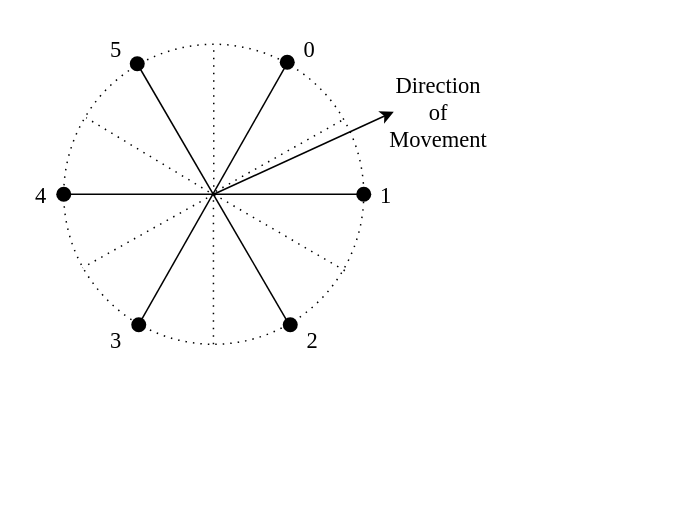
Before: page "Sextants" (4 of 16) of figs/Diagrams.drawio in EpEpDragon/MThesis, a draw.io diagram. Source tidied: cells renumbered, new cells numbered last; positions are measured from the earlier drawing's top-left corner, leaving out a move shared by most shapes. Both pictures are drawn from the tidied source at 150%, with x=0, y=0 at pixel (26, 26).
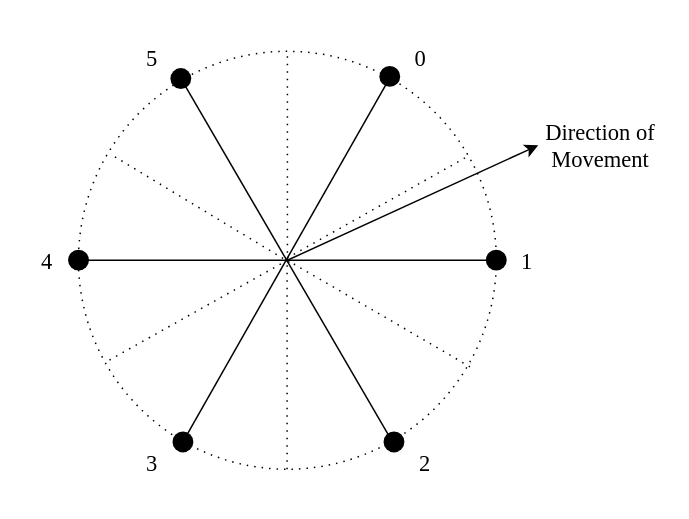
Above is the later version.

What changed in the source:
```diff
@@
+    <mxCell id="26" style="group;" parent="1" vertex="1">
+      <mxGeometry width="424.8" height="312" as="geometry" />
+    </mxCell>
-    <mxCell id="2" value="0" style="text;html=1;align=center;verticalAlign=middle;whiteSpace=wrap;rounded=0;fontFamily=Times New Roman;fontSize=15;fontColor=default;" parent="1" vertex="1">
-      <mxGeometry x="179" width="20" height="30" as="geometry" />
+    <mxCell id="2" value="0" style="text;html=1;align=center;verticalAlign=middle;whiteSpace=wrap;rounded=0;fontFamily=Times New Roman;fontSize=15;fontColor=default;" parent="26" vertex="1">
+      <mxGeometry x="249.3" width="27.9" height="41.8" as="geometry" />
     </mxCell>
-    <mxCell id="3" style="ellipse;whiteSpace=wrap;html=1;rounded=0;align=center;verticalAlign=middle;fontFamily=Times New Roman;fontSize=15;fontColor=default;fillColor=none;gradientColor=none;dashed=1;dashPattern=1 4;" parent="1" vertex="1">
-      <mxGeometry x="25" y="12" width="200" height="200" as="geometry" />
+    <mxCell id="3" style="ellipse;whiteSpace=wrap;html=1;rounded=0;align=center;verticalAlign=middle;fontFamily=Times New Roman;fontSize=15;fontColor=default;fillColor=none;gradientColor=none;dashed=1;dashPattern=1 4;" parent="26" vertex="1">
+      <mxGeometry x="34.8" y="16.7" width="278.6" height="278.6" as="geometry" />
     </mxCell>
-    <mxCell id="4" style="endArrow=none;html=1;rounded=0;fontFamily=Times New Roman;fontSize=15;fontColor=default;exitX=0;exitY=0.5;exitDx=0;exitDy=0;entryX=1;entryY=0.5;entryDx=0;entryDy=0;" parent="1" edge="1" source="3" target="3">
+    <mxCell id="4" style="endArrow=none;html=1;rounded=0;fontFamily=Times New Roman;fontSize=15;fontColor=default;exitX=0;exitY=0.5;exitDx=0;exitDy=0;entryX=1;entryY=0.5;entryDx=0;entryDy=0;" parent="26" edge="1" source="3" target="3">
       <mxGeometry relative="1" as="geometry" />
     </mxCell>
-    <mxCell id="5" style="endArrow=none;html=1;rounded=0;fontFamily=Times New Roman;fontSize=15;fontColor=default;entryX=0.245;entryY=0.065;entryDx=0;entryDy=0;entryPerimeter=0;exitX=0.75;exitY=0.932;exitDx=0;exitDy=0;exitPerimeter=0;" parent="1" edge="1" source="3" target="3">
+    <mxCell id="5" style="endArrow=none;html=1;rounded=0;fontFamily=Times New Roman;fontSize=15;fontColor=default;entryX=0.245;entryY=0.065;entryDx=0;entryDy=0;entryPerimeter=0;exitX=0.75;exitY=0.932;exitDx=0;exitDy=0;exitPerimeter=0;" parent="26" edge="1" source="3" target="3">
       <mxGeometry relative="1" as="geometry" />
     </mxCell>
-    <mxCell id="6" style="endArrow=none;html=1;rounded=0;fontFamily=Times New Roman;fontSize=15;fontColor=default;entryX=0.748;entryY=0.058;entryDx=0;entryDy=0;entryPerimeter=0;exitX=0.248;exitY=0.938;exitDx=0;exitDy=0;exitPerimeter=0;" parent="1" edge="1" source="3" target="3">
+    <mxCell id="6" style="endArrow=none;html=1;rounded=0;fontFamily=Times New Roman;fontSize=15;fontColor=default;entryX=0.748;entryY=0.058;entryDx=0;entryDy=0;entryPerimeter=0;exitX=0.248;exitY=0.938;exitDx=0;exitDy=0;exitPerimeter=0;" parent="26" edge="1" source="3" target="3">
       <mxGeometry relative="1" as="geometry" />
     </mxCell>
-    <mxCell id="7" style="shape=ellipse;fillColor=#000000;strokeColor=none;html=1;sketch=0;rounded=0;align=center;verticalAlign=middle;fontFamily=Times New Roman;fontSize=15;fontColor=default;" parent="1" vertex="1">
-      <mxGeometry x="69" y="20" width="10" height="10" as="geometry" />
+    <mxCell id="7" style="shape=ellipse;fillColor=#000000;strokeColor=none;html=1;sketch=0;rounded=0;align=center;verticalAlign=middle;fontFamily=Times New Roman;fontSize=15;fontColor=default;" parent="26" vertex="1">
+      <mxGeometry x="96.1" y="27.9" width="13.9" height="13.9" as="geometry" />
     </mxCell>
-    <mxCell id="8" style="shape=ellipse;fillColor=#000000;strokeColor=none;html=1;sketch=0;rounded=0;align=center;verticalAlign=middle;fontFamily=Times New Roman;fontSize=15;fontColor=default;" parent="1" vertex="1">
-      <mxGeometry x="169" y="19" width="10" height="10" as="geometry" />
+    <mxCell id="8" style="shape=ellipse;fillColor=#000000;strokeColor=none;html=1;sketch=0;rounded=0;align=center;verticalAlign=middle;fontFamily=Times New Roman;fontSize=15;fontColor=default;" parent="26" vertex="1">
+      <mxGeometry x="235.4" y="26.5" width="13.9" height="13.9" as="geometry" />
     </mxCell>
-    <mxCell id="9" style="shape=ellipse;fillColor=#000000;strokeColor=none;html=1;sketch=0;rounded=0;align=center;verticalAlign=middle;fontFamily=Times New Roman;fontSize=15;fontColor=default;" parent="1" vertex="1">
-      <mxGeometry x="20" y="107" width="10" height="10" as="geometry" />
+    <mxCell id="9" style="shape=ellipse;fillColor=#000000;strokeColor=none;html=1;sketch=0;rounded=0;align=center;verticalAlign=middle;fontFamily=Times New Roman;fontSize=15;fontColor=default;" parent="26" vertex="1">
+      <mxGeometry x="27.9" y="149" width="13.9" height="13.9" as="geometry" />
     </mxCell>
-    <mxCell id="10" style="shape=ellipse;fillColor=#000000;strokeColor=none;html=1;sketch=0;rounded=0;align=center;verticalAlign=middle;fontFamily=Times New Roman;fontSize=15;fontColor=default;" parent="1" vertex="1">
-      <mxGeometry x="220" y="107" width="10" height="10" as="geometry" />
+    <mxCell id="10" style="shape=ellipse;fillColor=#000000;strokeColor=none;html=1;sketch=0;rounded=0;align=center;verticalAlign=middle;fontFamily=Times New Roman;fontSize=15;fontColor=default;" parent="26" vertex="1">
+      <mxGeometry x="306.4" y="149" width="13.9" height="13.9" as="geometry" />
     </mxCell>
-    <mxCell id="11" style="shape=ellipse;fillColor=#000000;strokeColor=none;html=1;sketch=0;rounded=0;align=center;verticalAlign=middle;fontFamily=Times New Roman;fontSize=15;fontColor=default;" parent="1" vertex="1">
-      <mxGeometry x="171" y="194" width="10" height="10" as="geometry" />
+    <mxCell id="11" style="shape=ellipse;fillColor=#000000;strokeColor=none;html=1;sketch=0;rounded=0;align=center;verticalAlign=middle;fontFamily=Times New Roman;fontSize=15;fontColor=default;" parent="26" vertex="1">
+      <mxGeometry x="238.2" y="270.2" width="13.9" height="13.9" as="geometry" />
     </mxCell>
-    <mxCell id="12" style="shape=ellipse;fillColor=#000000;strokeColor=none;html=1;sketch=0;rounded=0;align=center;verticalAlign=middle;fontFamily=Times New Roman;fontSize=15;fontColor=default;" parent="1" vertex="1">
-      <mxGeometry x="70" y="194" width="10" height="10" as="geometry" />
+    <mxCell id="12" style="shape=ellipse;fillColor=#000000;strokeColor=none;html=1;sketch=0;rounded=0;align=center;verticalAlign=middle;fontFamily=Times New Roman;fontSize=15;fontColor=default;" parent="26" vertex="1">
+      <mxGeometry x="97.5" y="270.2" width="13.9" height="13.9" as="geometry" />
     </mxCell>
-    <mxCell id="13" value="1" style="text;html=1;align=center;verticalAlign=middle;whiteSpace=wrap;rounded=0;fontFamily=Times New Roman;fontSize=15;fontColor=default;" parent="1" vertex="1">
-      <mxGeometry x="230" y="97" width="20" height="30" as="geometry" />
+    <mxCell id="13" value="1" style="text;html=1;align=center;verticalAlign=middle;whiteSpace=wrap;rounded=0;fontFamily=Times New Roman;fontSize=15;fontColor=default;" parent="26" vertex="1">
+      <mxGeometry x="320.4" y="135.1" width="27.9" height="41.8" as="geometry" />
     </mxCell>
-    <mxCell id="14" value="2" style="text;html=1;align=center;verticalAlign=middle;whiteSpace=wrap;rounded=0;fontFamily=Times New Roman;fontSize=15;fontColor=default;" parent="1" vertex="1">
-      <mxGeometry x="181" y="194" width="20" height="30" as="geometry" />
+    <mxCell id="14" value="2" style="text;html=1;align=center;verticalAlign=middle;whiteSpace=wrap;rounded=0;fontFamily=Times New Roman;fontSize=15;fontColor=default;" parent="26" vertex="1">
+      <mxGeometry x="252.1" y="270.2" width="27.9" height="41.8" as="geometry" />
     </mxCell>
-    <mxCell id="15" value="3" style="text;html=1;align=center;verticalAlign=middle;whiteSpace=wrap;rounded=0;fontFamily=Times New Roman;fontSize=15;fontColor=default;" parent="1" vertex="1">
-      <mxGeometry x="50" y="194" width="20" height="30" as="geometry" />
+    <mxCell id="15" value="3" style="text;html=1;align=center;verticalAlign=middle;whiteSpace=wrap;rounded=0;fontFamily=Times New Roman;fontSize=15;fontColor=default;" parent="26" vertex="1">
+      <mxGeometry x="69.6" y="270.2" width="27.9" height="41.8" as="geometry" />
     </mxCell>
-    <mxCell id="16" value="4" style="text;html=1;align=center;verticalAlign=middle;whiteSpace=wrap;rounded=0;fontFamily=Times New Roman;fontSize=15;fontColor=default;" parent="1" vertex="1">
-      <mxGeometry y="97" width="20" height="30" as="geometry" />
+    <mxCell id="16" value="4" style="text;html=1;align=center;verticalAlign=middle;whiteSpace=wrap;rounded=0;fontFamily=Times New Roman;fontSize=15;fontColor=default;" parent="26" vertex="1">
+      <mxGeometry y="135.1" width="27.9" height="41.8" as="geometry" />
     </mxCell>
-    <mxCell id="17" value="5" style="text;html=1;align=center;verticalAlign=middle;whiteSpace=wrap;rounded=0;fontFamily=Times New Roman;fontSize=15;fontColor=default;" parent="1" vertex="1">
-      <mxGeometry x="50" width="20" height="30" as="geometry" />
+    <mxCell id="17" value="5" style="text;html=1;align=center;verticalAlign=middle;whiteSpace=wrap;rounded=0;fontFamily=Times New Roman;fontSize=15;fontColor=default;" parent="26" vertex="1">
+      <mxGeometry x="69.6" width="27.9" height="41.8" as="geometry" />
     </mxCell>
-    <mxCell id="18" style="endArrow=none;html=1;rounded=0;fontFamily=Times New Roman;fontSize=15;fontColor=default;entryX=0.5;entryY=0;entryDx=0;entryDy=0;dashed=1;dashPattern=1 4;" parent="1" edge="1" target="3">
+    <mxCell id="18" style="endArrow=none;html=1;rounded=0;fontFamily=Times New Roman;fontSize=15;fontColor=default;entryX=0.5;entryY=0;entryDx=0;entryDy=0;dashed=1;dashPattern=1 4;" parent="26" edge="1" target="3">
       <mxGeometry relative="1" as="geometry">
-        <mxPoint x="125" y="112" as="sourcePoint" />
+        <mxPoint x="174.1" y="156" as="sourcePoint" />
       </mxGeometry>
     </mxCell>
-    <mxCell id="19" style="endArrow=none;html=1;rounded=0;fontFamily=Times New Roman;fontSize=15;fontColor=default;entryX=0.5;entryY=0;entryDx=0;entryDy=0;dashed=1;dashPattern=1 4;" parent="1" edge="1">
+    <mxCell id="19" style="endArrow=none;html=1;rounded=0;fontFamily=Times New Roman;fontSize=15;fontColor=default;entryX=0.5;entryY=0;entryDx=0;entryDy=0;dashed=1;dashPattern=1 4;" parent="26" edge="1">
       <mxGeometry relative="1" as="geometry">
-        <mxPoint x="124.8" y="212" as="sourcePoint" />
-        <mxPoint x="124.8" y="112" as="targetPoint" />
+        <mxPoint x="173.9" y="295.3" as="sourcePoint" />
+        <mxPoint x="173.9" y="156" as="targetPoint" />
       </mxGeometry>
     </mxCell>
-    <mxCell id="20" style="endArrow=none;html=1;rounded=0;fontFamily=Times New Roman;fontSize=15;fontColor=default;dashed=1;dashPattern=1 4;exitX=0.937;exitY=0.755;exitDx=0;exitDy=0;exitPerimeter=0;" parent="1" edge="1" source="3">
+    <mxCell id="20" style="endArrow=none;html=1;rounded=0;fontFamily=Times New Roman;fontSize=15;fontColor=default;dashed=1;dashPattern=1 4;exitX=0.937;exitY=0.755;exitDx=0;exitDy=0;exitPerimeter=0;" parent="26" edge="1" source="3">
       <mxGeometry relative="1" as="geometry">
-        <mxPoint x="125" y="112" as="targetPoint" />
+        <mxPoint x="174.1" y="156" as="targetPoint" />
       </mxGeometry>
     </mxCell>
-    <mxCell id="21" style="endArrow=none;html=1;rounded=0;fontFamily=Times New Roman;fontSize=15;fontColor=default;dashed=1;dashPattern=1 4;exitX=0.932;exitY=0.762;exitDx=0;exitDy=0;exitPerimeter=0;" parent="1" edge="1">
+    <mxCell id="21" style="endArrow=none;html=1;rounded=0;fontFamily=Times New Roman;fontSize=15;fontColor=default;dashed=1;dashPattern=1 4;exitX=0.932;exitY=0.762;exitDx=0;exitDy=0;exitPerimeter=0;" parent="26" edge="1">
       <mxGeometry relative="1" as="geometry">
-        <mxPoint x="126" y="113" as="sourcePoint" />
-        <mxPoint x="40" y="61" as="targetPoint" />
+        <mxPoint x="175.5" y="157.4" as="sourcePoint" />
+        <mxPoint x="55.7" y="85" as="targetPoint" />
       </mxGeometry>
     </mxCell>
-    <mxCell id="22" style="endArrow=none;html=1;rounded=0;fontFamily=Times New Roman;fontSize=15;fontColor=default;dashed=1;dashPattern=1 4;entryX=0.063;entryY=0.745;entryDx=0;entryDy=0;entryPerimeter=0;" parent="1" edge="1" target="3">
+    <mxCell id="22" style="endArrow=none;html=1;rounded=0;fontFamily=Times New Roman;fontSize=15;fontColor=default;dashed=1;dashPattern=1 4;entryX=0.063;entryY=0.745;entryDx=0;entryDy=0;entryPerimeter=0;" parent="26" edge="1" target="3">
       <mxGeometry relative="1" as="geometry">
-        <mxPoint x="125" y="112" as="sourcePoint" />
+        <mxPoint x="174.1" y="156" as="sourcePoint" />
       </mxGeometry>
     </mxCell>
-    <mxCell id="23" style="endArrow=none;html=1;rounded=0;fontFamily=Times New Roman;fontSize=15;fontColor=default;dashed=1;dashPattern=1 4;entryX=0.063;entryY=0.745;entryDx=0;entryDy=0;entryPerimeter=0;" parent="1" edge="1">
+    <mxCell id="23" style="endArrow=none;html=1;rounded=0;fontFamily=Times New Roman;fontSize=15;fontColor=default;dashed=1;dashPattern=1 4;entryX=0.063;entryY=0.745;entryDx=0;entryDy=0;entryPerimeter=0;" parent="26" edge="1">
       <mxGeometry relative="1" as="geometry">
-        <mxPoint x="210" y="63" as="sourcePoint" />
-        <mxPoint x="123" y="112" as="targetPoint" />
+        <mxPoint x="292.5" y="87.8" as="sourcePoint" />
+        <mxPoint x="171.3" y="156" as="targetPoint" />
       </mxGeometry>
     </mxCell>
-    <mxCell id="24" style="endArrow=classic;html=1;rounded=0;fontFamily=Times New Roman;fontSize=15;fontColor=default;entryX=0;entryY=0.5;entryDx=0;entryDy=0;" parent="1" edge="1" target="25">
+    <mxCell id="24" style="endArrow=classic;html=1;rounded=0;fontFamily=Times New Roman;fontSize=15;fontColor=default;entryX=0;entryY=0.5;entryDx=0;entryDy=0;" parent="26" edge="1" target="25">
       <mxGeometry relative="1" as="geometry">
-        <mxPoint x="125" y="112" as="sourcePoint" />
+        <mxPoint x="174.1" y="156" as="sourcePoint" />
       </mxGeometry>
     </mxCell>
-    <mxCell id="25" value="&lt;font style=&quot;font-size: 15px;&quot;&gt;Direction of Movement&lt;/font&gt;" style="text;html=1;align=center;verticalAlign=middle;whiteSpace=wrap;rounded=0;fontFamily=Times New Roman;fontSize=15;fontColor=default;" parent="1" vertex="1">
-      <mxGeometry x="245" y="42" width="60" height="30" as="geometry" />
+    <mxCell id="25" value="&lt;font style=&quot;font-size: 15px;&quot;&gt;Direction of Movement&lt;/font&gt;" style="text;html=1;align=center;verticalAlign=middle;whiteSpace=wrap;rounded=0;fontFamily=Times New Roman;fontSize=15;fontColor=default;" parent="26" vertex="1">
+      <mxGeometry x="341.3" y="58.5" width="83.6" height="41.8" as="geometry" />
     </mxCell>
```
